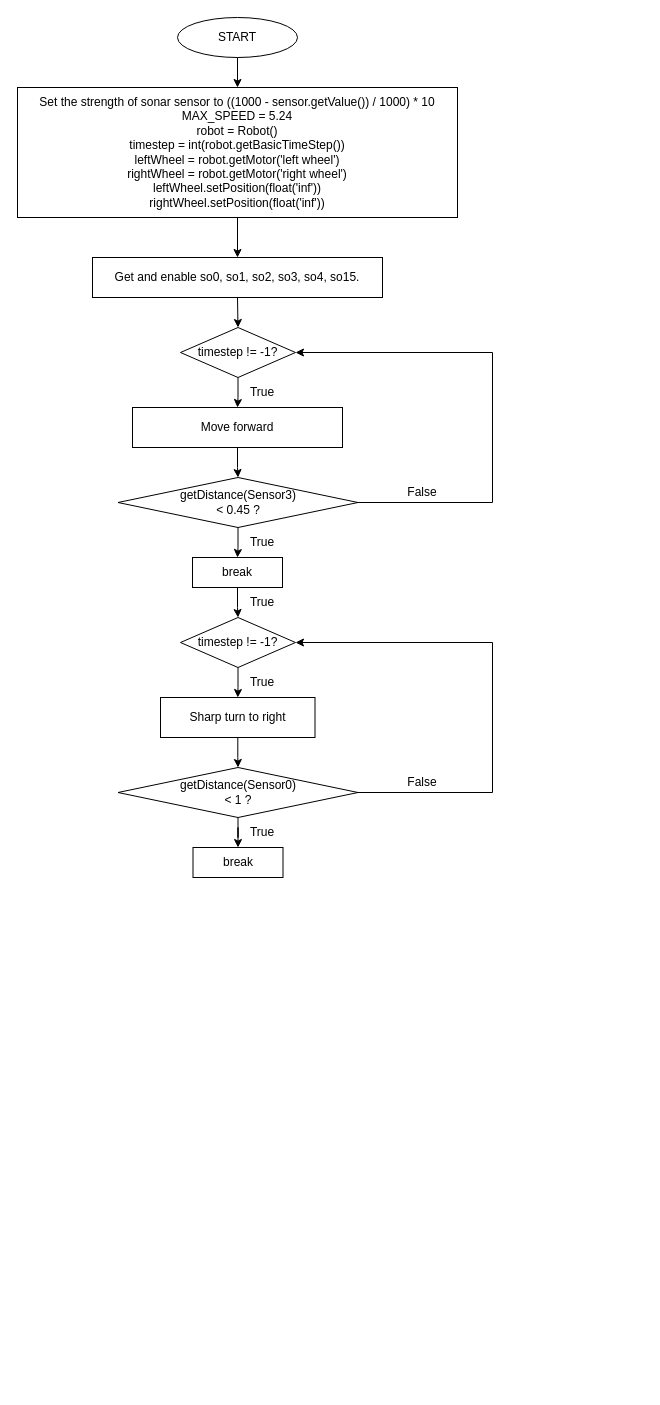
Fololorose/Advanced-Robotics-Team-Recruitment-Test keeps this draw.io diagram as Wall Following Robot.drawio. Above is the earlier version. Source tidied: cells renumbered, new cells numbered last; positions are measured from the earlier drawing's top-left corner, leaving out a move shared by most shapes. Both pictures are drawn from the tidied source at 100%, with x=0, y=0 at pixel (17, 17).
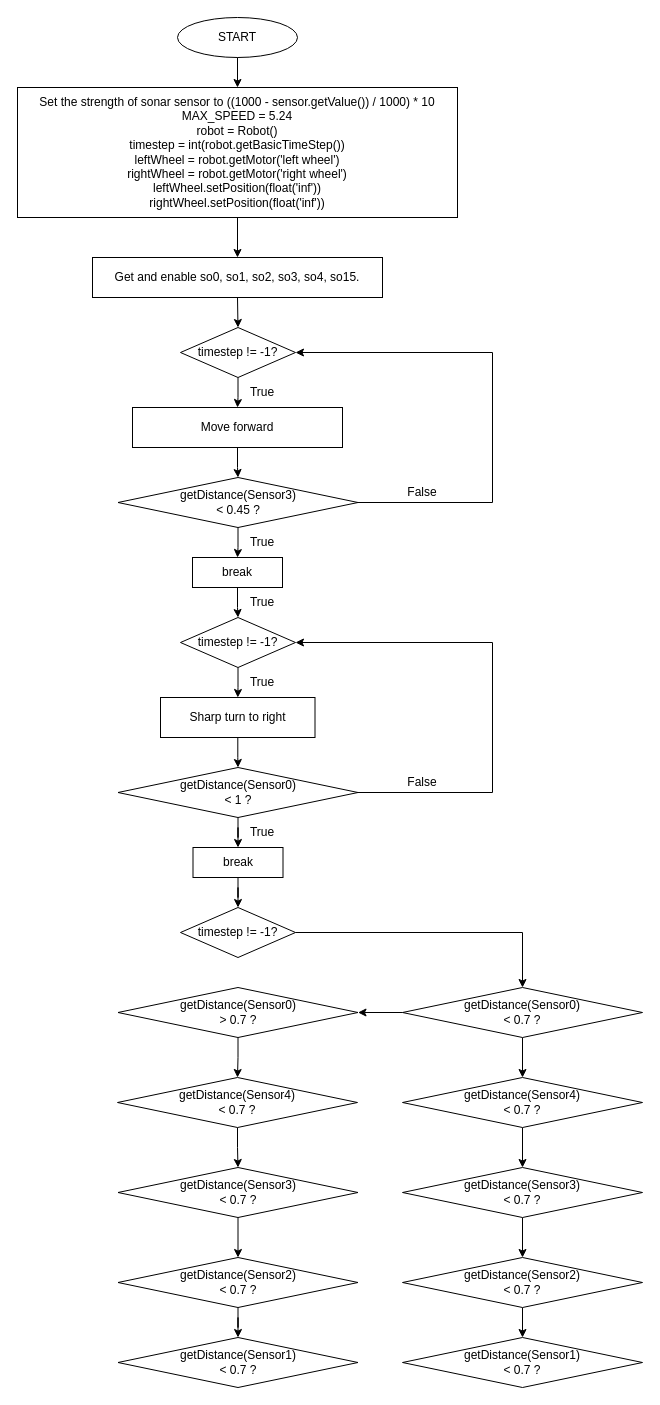
After the change.

The change refers to these unchanged cells:
```xml
<mxCell id="28" value="break" style="rounded=0;whiteSpace=wrap;html=1;fontSize=12;fontColor=#000000;" parent="1" vertex="1">
  <mxGeometry x="175.5" y="830" width="90" height="30" as="geometry" />
</mxCell>
```

The edit, as a diff of the source:
```diff
@@
+    <mxCell id="32" style="edgeStyle=orthogonalEdgeStyle;rounded=0;jettySize=auto;html=1;fontSize=12;fontColor=#000000;" parent="1" edge="1" source="28" target="33">
+      <mxGeometry relative="1" as="geometry" />
+    </mxCell>
@@
+    <mxCell id="33" value="timestep != -1?" style="rhombus;whiteSpace=wrap;html=1;fontSize=12;fontColor=#000000;" parent="1" vertex="1">
+      <mxGeometry x="163" y="890" width="115" height="50" as="geometry" />
+    </mxCell>
+    <mxCell id="34" style="edgeStyle=orthogonalEdgeStyle;rounded=0;jettySize=auto;html=1;fontSize=12;fontColor=#000000;" parent="1" edge="1" source="36" target="38">
+      <mxGeometry relative="1" as="geometry" />
+    </mxCell>
+    <mxCell id="35" style="edgeStyle=orthogonalEdgeStyle;rounded=0;jettySize=auto;html=1;fontSize=12;fontColor=#000000;" parent="1" edge="1" source="36" target="45">
+      <mxGeometry relative="1" as="geometry" />
+    </mxCell>
+    <mxCell id="36" value="getDistance(Sensor0) &lt;br&gt;&amp;lt; 0.7 ?" style="rhombus;whiteSpace=wrap;html=1;fontSize=12;fontColor=#000000;" parent="1" vertex="1">
+      <mxGeometry x="385" y="970" width="240" height="50" as="geometry" />
+    </mxCell>
+    <mxCell id="37" style="edgeStyle=orthogonalEdgeStyle;rounded=0;jettySize=auto;html=1;fontSize=12;fontColor=#000000;" parent="1" edge="1" source="38" target="40">
+      <mxGeometry relative="1" as="geometry" />
+    </mxCell>
+    <mxCell id="38" value="getDistance(Sensor4) &lt;br&gt;&amp;lt; 0.7 ?" style="rhombus;whiteSpace=wrap;html=1;fontSize=12;fontColor=#000000;" parent="1" vertex="1">
+      <mxGeometry x="385" y="1060" width="240" height="50" as="geometry" />
+    </mxCell>
+    <mxCell id="39" style="edgeStyle=orthogonalEdgeStyle;rounded=0;jettySize=auto;html=1;fontSize=12;fontColor=#000000;" parent="1" edge="1" source="40" target="42">
+      <mxGeometry relative="1" as="geometry" />
+    </mxCell>
+    <mxCell id="40" value="getDistance(Sensor3) &lt;br&gt;&amp;lt; 0.7 ?" style="rhombus;whiteSpace=wrap;html=1;fontSize=12;fontColor=#000000;" parent="1" vertex="1">
+      <mxGeometry x="385" y="1150" width="240" height="50" as="geometry" />
+    </mxCell>
+    <mxCell id="41" style="edgeStyle=orthogonalEdgeStyle;rounded=0;jettySize=auto;html=1;fontSize=12;fontColor=#000000;" parent="1" edge="1" source="42" target="43">
+      <mxGeometry relative="1" as="geometry" />
+    </mxCell>
+    <mxCell id="42" value="getDistance(Sensor2) &lt;br&gt;&amp;lt; 0.7 ?" style="rhombus;whiteSpace=wrap;html=1;fontSize=12;fontColor=#000000;" parent="1" vertex="1">
+      <mxGeometry x="385" y="1240" width="240" height="50" as="geometry" />
+    </mxCell>
+    <mxCell id="43" value="getDistance(Sensor1) &lt;br&gt;&amp;lt; 0.7 ?" style="rhombus;whiteSpace=wrap;html=1;fontSize=12;fontColor=#000000;" parent="1" vertex="1">
+      <mxGeometry x="385" y="1320" width="240" height="50" as="geometry" />
+    </mxCell>
+    <mxCell id="44" style="edgeStyle=orthogonalEdgeStyle;rounded=0;jettySize=auto;html=1;fontSize=12;fontColor=#000000;" parent="1" edge="1" source="45" target="48">
+      <mxGeometry relative="1" as="geometry" />
+    </mxCell>
+    <mxCell id="45" value="getDistance(Sensor0) &lt;br&gt;&amp;gt; 0.7 ?" style="rhombus;whiteSpace=wrap;html=1;fontSize=12;fontColor=#000000;" parent="1" vertex="1">
+      <mxGeometry x="100.5" y="970" width="240" height="50" as="geometry" />
+    </mxCell>
+    <mxCell id="46" style="endArrow=classic;html=1;rounded=0;fontSize=12;fontColor=#000000;exitX=1;exitY=0.5;exitDx=0;exitDy=0;entryX=0.5;entryY=0;entryDx=0;entryDy=0;" parent="1" edge="1" source="33" target="36">
+      <mxGeometry relative="1" as="geometry">
+        <Array as="points">
+          <mxPoint x="505" y="915" />
+        </Array>
+      </mxGeometry>
+    </mxCell>
+    <mxCell id="47" style="edgeStyle=orthogonalEdgeStyle;rounded=0;jettySize=auto;html=1;fontSize=12;fontColor=#000000;" parent="1" edge="1" source="48" target="50">
+      <mxGeometry relative="1" as="geometry" />
+    </mxCell>
+    <mxCell id="48" value="getDistance(Sensor4) &lt;br&gt;&amp;lt; 0.7 ?" style="rhombus;whiteSpace=wrap;html=1;fontSize=12;fontColor=#000000;" parent="1" vertex="1">
+      <mxGeometry x="100" y="1060" width="240" height="50" as="geometry" />
+    </mxCell>
+    <mxCell id="49" style="edgeStyle=orthogonalEdgeStyle;rounded=0;jettySize=auto;html=1;fontSize=12;fontColor=#000000;" parent="1" edge="1" source="50" target="52">
+      <mxGeometry relative="1" as="geometry" />
+    </mxCell>
+    <mxCell id="50" value="getDistance(Sensor3) &lt;br&gt;&amp;lt; 0.7 ?" style="rhombus;whiteSpace=wrap;html=1;fontSize=12;fontColor=#000000;" parent="1" vertex="1">
+      <mxGeometry x="100.5" y="1150" width="240" height="50" as="geometry" />
+    </mxCell>
+    <mxCell id="51" style="edgeStyle=orthogonalEdgeStyle;rounded=0;jettySize=auto;html=1;fontSize=12;fontColor=#000000;" parent="1" edge="1" source="52" target="53">
+      <mxGeometry relative="1" as="geometry" />
+    </mxCell>
+    <mxCell id="52" value="getDistance(Sensor2) &lt;br&gt;&amp;lt; 0.7 ?" style="rhombus;whiteSpace=wrap;html=1;fontSize=12;fontColor=#000000;" parent="1" vertex="1">
+      <mxGeometry x="100.5" y="1240" width="240" height="50" as="geometry" />
+    </mxCell>
+    <mxCell id="53" value="getDistance(Sensor1) &lt;br&gt;&amp;lt; 0.7 ?" style="rhombus;whiteSpace=wrap;html=1;fontSize=12;fontColor=#000000;" parent="1" vertex="1">
+      <mxGeometry x="100.5" y="1320" width="240" height="50" as="geometry" />
+    </mxCell>
```
